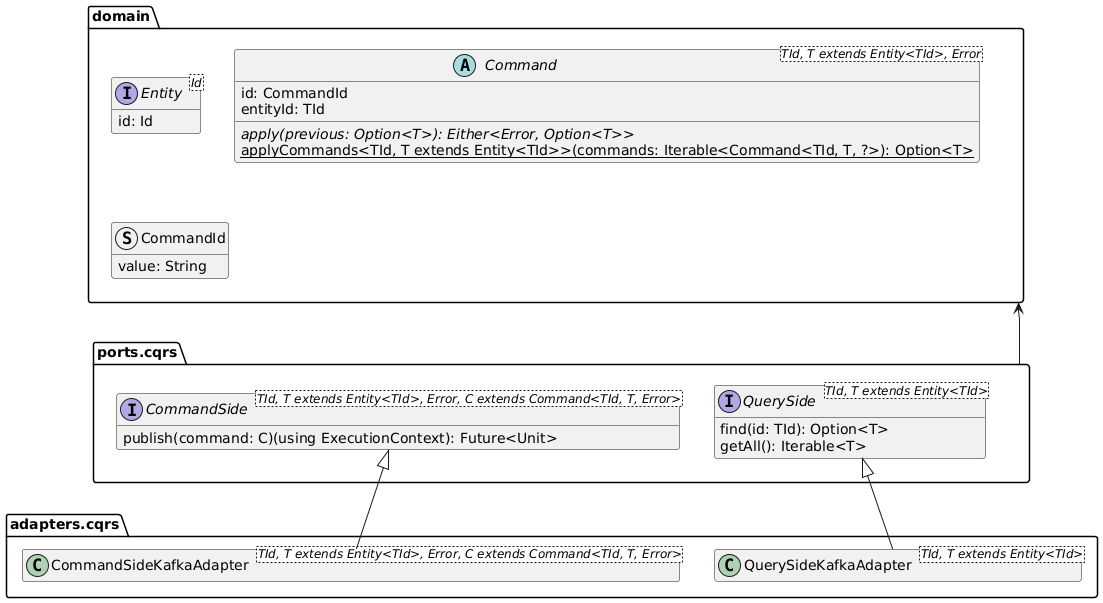
Ventus218/SAP-assignment-03 keeps this PlantUML diagram as doc/diagrams/cqrs-es-domain-model.png. Above is the earlier version.
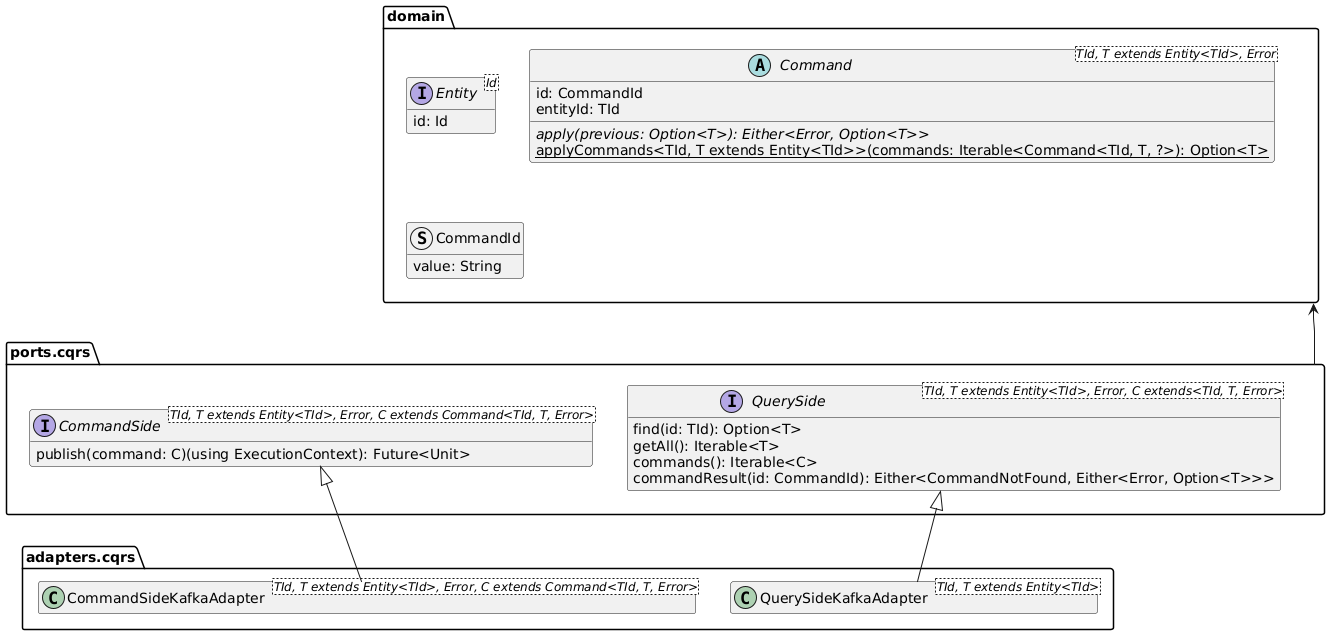
Later version of the same file.

Commit message:
Automatically generated PlantUML diagrams

The edit, as a diff of the source:
```diff
@@ -26,9 +26,11 @@
     interface CommandSide<TId, T extends Entity<TId>, Error, C extends Command<TId, T, Error>> {
         publish(command: C)(using ExecutionContext): Future<Unit>
     }
-    interface QuerySide<TId, T extends Entity<TId>>{
+    interface QuerySide<TId, T extends Entity<TId>, Error, C extends<TId, T, Error>>{
         find(id: TId): Option<T>
         getAll(): Iterable<T>
+        commands(): Iterable<C>
+        commandResult(id: CommandId): Either<CommandNotFound, Either<Error, Option<T>>>
     }
 }
 
```
